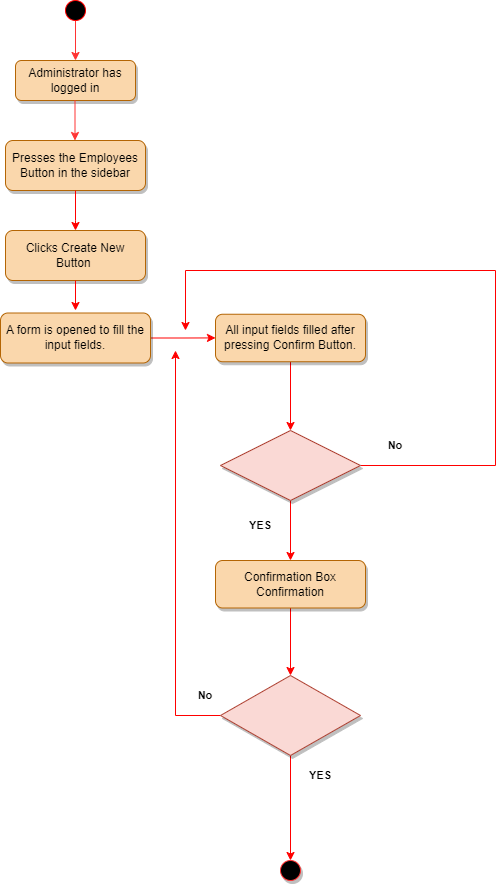
This is Diagrams/ActivityDiagrams/AD_10_Create_New_Employee.png from KevinShemili/SoftwareEngineeringProject, a draw.io export, as it was before one commit. Source tidied: cells renumbered, new cells last; positions are measured from the earlier drawing's top-left corner, leaving out a move shared by most shapes.
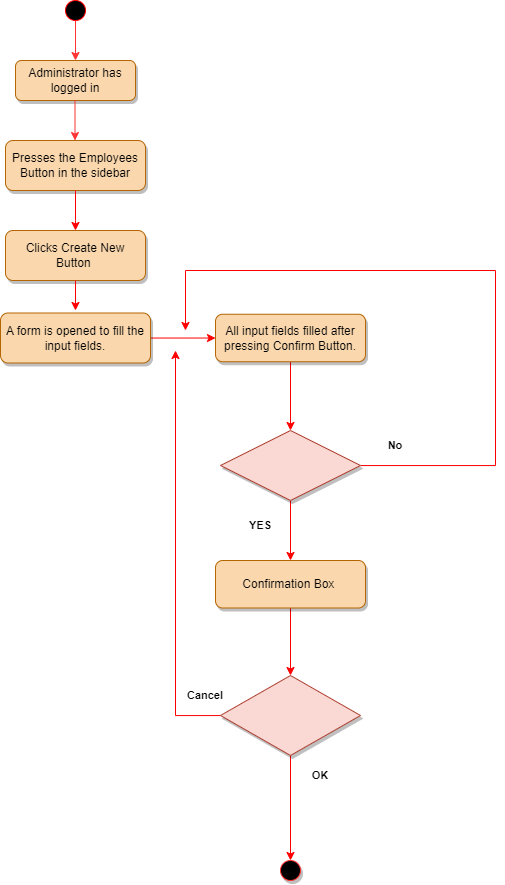
After the commit.

What changed in the source:
```diff
@@ -78,7 +78,7 @@
     <mxCell id="20" style="edgeStyle=orthogonalEdgeStyle;rounded=0;jettySize=auto;html=1;strokeColor=#FF0000;fontSize=11;fontColor=#000000;entryX=0.5;entryY=0;entryDx=0;entryDy=0;" parent="1" edge="1" source="21" target="24">
       <mxGeometry relative="1" as="geometry" />
     </mxCell>
-    <mxCell id="21" value="Confirmation Box Confirmation" style="rounded=1;whiteSpace=wrap;html=1;fontSize=12;glass=0;strokeWidth=1;shadow=1;fillColor=#fad7ac;strokeColor=#b46504;" parent="1" vertex="1">
+    <mxCell id="21" value="Confirmation Box&amp;nbsp;" style="rounded=1;whiteSpace=wrap;html=1;fontSize=12;glass=0;strokeWidth=1;shadow=1;fillColor=#fad7ac;strokeColor=#b46504;" parent="1" vertex="1">
       <mxGeometry x="215" y="560" width="150" height="47.5" as="geometry" />
     </mxCell>
     <mxCell id="22" style="edgeStyle=orthogonalEdgeStyle;rounded=0;jettySize=auto;html=1;strokeColor=#FF0000;fontSize=11;fontColor=#000000;entryX=0.5;entryY=0;entryDx=0;entryDy=0;" parent="1" edge="1" source="24" target="27">
@@ -92,10 +92,10 @@
     <mxCell id="24" style="rhombus;whiteSpace=wrap;html=1;shadow=1;labelBackgroundColor=none;strokeColor=#ae4132;fontSize=11;fillColor=#fad9d5;" parent="1" vertex="1">
       <mxGeometry x="220" y="675" width="140" height="80" as="geometry" />
     </mxCell>
-    <mxCell id="25" value="&lt;b&gt;&lt;font color=&quot;#000000&quot;&gt;YES&lt;/font&gt;&lt;/b&gt;" style="text;html=1;strokeColor=none;fillColor=none;align=center;verticalAlign=middle;whiteSpace=wrap;rounded=0;shadow=1;labelBackgroundColor=none;fontSize=11;fontColor=#FF6666;" parent="1" vertex="1">
+    <mxCell id="25" value="&lt;font color=&quot;#000000&quot;&gt;&lt;b&gt;OK&lt;/b&gt;&lt;/font&gt;" style="text;html=1;strokeColor=none;fillColor=none;align=center;verticalAlign=middle;whiteSpace=wrap;rounded=0;shadow=1;labelBackgroundColor=none;fontSize=11;fontColor=#FF6666;" parent="1" vertex="1">
       <mxGeometry x="290" y="760" width="60" height="30" as="geometry" />
     </mxCell>
-    <mxCell id="26" value="No" style="text;html=1;strokeColor=none;fillColor=none;align=center;verticalAlign=middle;whiteSpace=wrap;rounded=0;shadow=1;labelBackgroundColor=none;fontSize=11;fontColor=#000000;fontStyle=1;" parent="1" vertex="1">
+    <mxCell id="26" value="Cancel" style="text;html=1;strokeColor=none;fillColor=none;align=center;verticalAlign=middle;whiteSpace=wrap;rounded=0;shadow=1;labelBackgroundColor=none;fontSize=11;fontColor=#000000;fontStyle=1;" parent="1" vertex="1">
       <mxGeometry x="175" y="680" width="60" height="30" as="geometry" />
     </mxCell>
     <mxCell id="27" style="ellipse;whiteSpace=wrap;html=1;shadow=1;labelBackgroundColor=none;strokeColor=#FF3333;fontSize=11;fontColor=#000000;fillColor=#000000;" parent="1" vertex="1">
```
